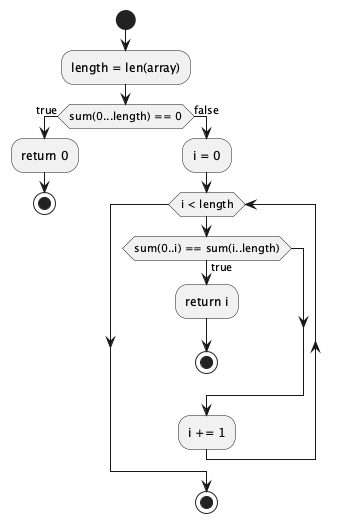
Above: lab3/task_1_28.png in skrix/ap_p1_labs_iot_nulp (PlantUML), before the change.
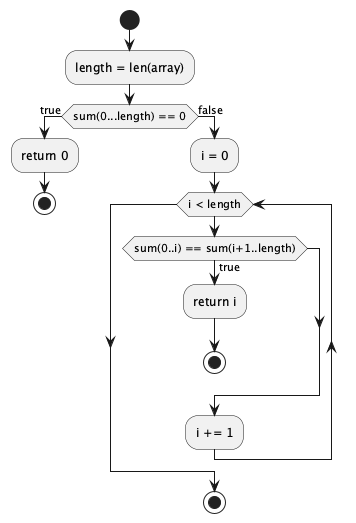
Later version of the same file.

The edit, as a diff of the source:
```diff
@@ -10,7 +10,7 @@
   :i = 0;
 
   while (i < length)
-    if (sum(0..i) == sum(i..length)) then (true)
+    if (sum(0..i) == sum(i+1..length)) then (true)
       :return i;
       stop
     endif
```
